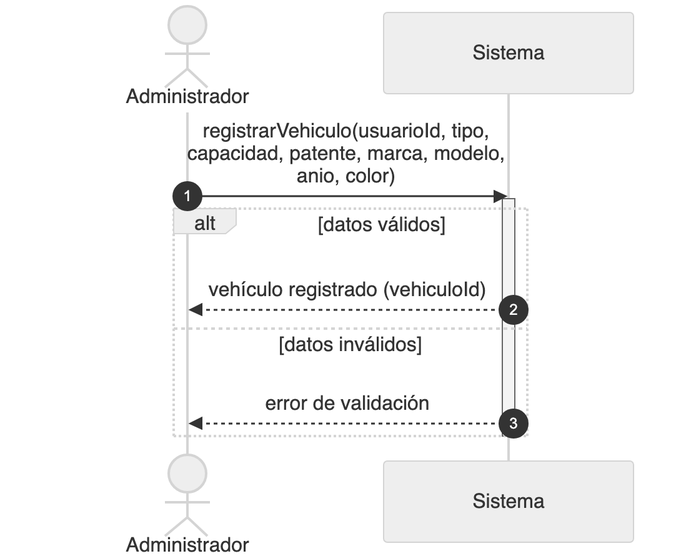
Above: diagramas/png/DSS_CU-034_Registrar-Vehiculo-Del-Chofer.png in Nahuelito-Dev/splg-docs (Mermaid), before the change. Its source is kept beside it as diagramas/DSS_CU-034_Registrar-Vehiculo-Del-Chofer.mmd.
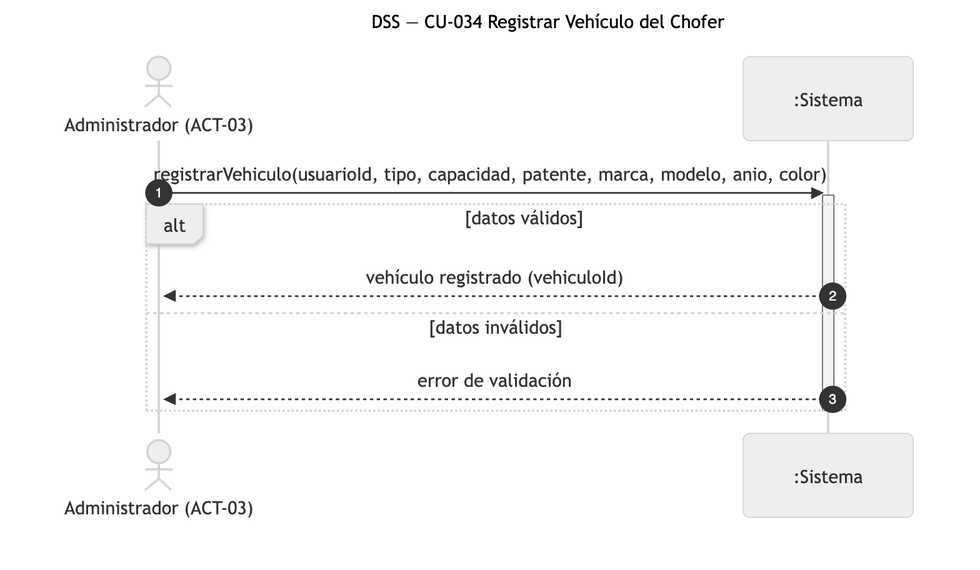
After the commit.

Diff of the diagram source:
```diff
@@ -1,8 +1,8 @@
 sequenceDiagram
-    title DSS — CU-034 Registrar Vehiculo Del Chofer
+    title DSS — CU-034 Registrar Vehículo del Chofer
     autonumber
-    actor ADM as Administrador
-    participant SIS as Sistema
+    actor ADM as Administrador (ACT-03)
+    participant SIS as :Sistema
 
     ADM->>SIS: registrarVehiculo(usuarioId, tipo, capacidad, patente, marca, modelo, anio, color)
     activate SIS
```
